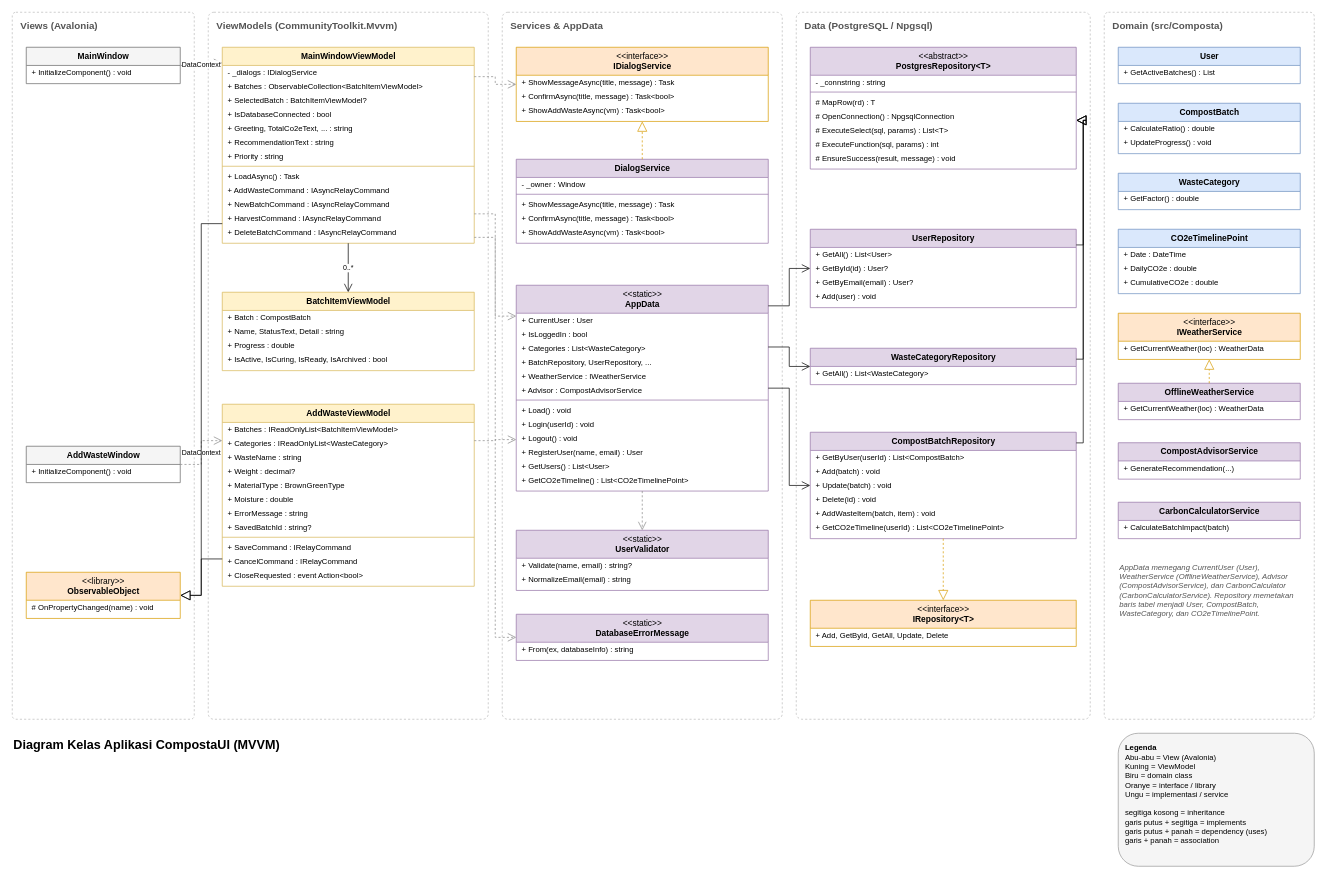
Before: docs/class-diagram-aplikasi.drawio in Nabil-Aufa/composta, a draw.io diagram. Source tidied: cells renumbered, new cells numbered last; positions are measured from the earlier drawing's top-left corner, leaving out a move shared by most shapes. Both pictures are drawn from the tidied source at 70%, with x=0, y=0 at pixel (12, 12).
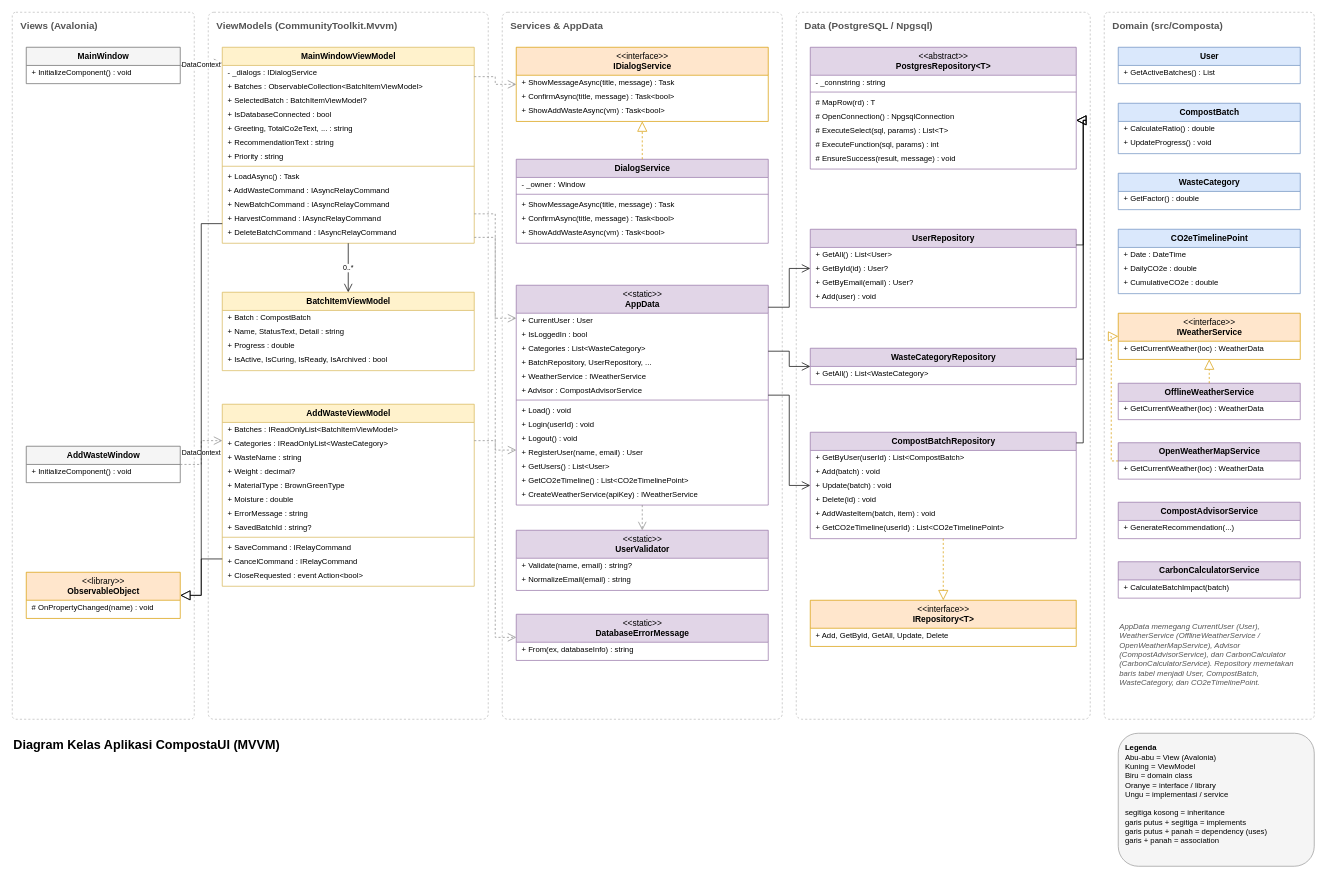
The same page after the edit.

Commit message (it also covers changes not shown here):
memperbarui diagram kelas dengan OpenWeatherMapService dan CreateWeatherService (#6)

The change refers to these unchanged cells:
```xml
<mxCell id="109" value="&amp;lt;&amp;lt;interface&amp;gt;&amp;gt;&lt;br&gt;&lt;b&gt;IWeatherService&lt;/b&gt;" style="swimlane;html=1;fontStyle=0;horizontal=1;startSize=40;fillColor=#ffe6cc;strokeColor=#d79b00;swimlaneFillColor=#ffffff;fontSize=12;" parent="1" vertex="1">
  <mxGeometry x="1580" y="430" width="260" height="66" as="geometry" />
</mxCell>
```

What changed in the source:
```diff
@@
     <mxCell id="55" value="&amp;lt;&amp;lt;static&amp;gt;&amp;gt;&lt;br&gt;&lt;b&gt;AppData&lt;/b&gt;" style="swimlane;html=1;fontStyle=0;horizontal=1;startSize=40;fillColor=#e1d5e7;strokeColor=#9673a6;swimlaneFillColor=#ffffff;fontSize=12;" parent="1" vertex="1">
-      <mxGeometry x="720" y="390" width="360" height="294" as="geometry" />
+      <mxGeometry x="720" y="390" width="360" height="314" as="geometry" />
     </mxCell>
@@
+    <mxCell id="139" value="+ CreateWeatherService(apiKey) : IWeatherService" style="text;strokeColor=none;fillColor=none;align=left;verticalAlign=middle;spacingLeft=6;fontSize=11;" parent="55" vertex="1">
+      <mxGeometry y="288" width="360" height="20" as="geometry" />
+    </mxCell>
@@
+    <mxCell id="140" value="&lt;b&gt;OpenWeatherMapService&lt;/b&gt;" style="swimlane;html=1;fontStyle=0;horizontal=1;startSize=26;fillColor=#e1d5e7;strokeColor=#9673a6;swimlaneFillColor=#ffffff;fontSize=12;" parent="1" vertex="1">
+      <mxGeometry x="1580" y="615" width="260" height="52" as="geometry" />
+    </mxCell>
+    <mxCell id="141" value="+ GetCurrentWeather(loc) : WeatherData" style="text;strokeColor=none;fillColor=none;align=left;verticalAlign=middle;spacingLeft=6;fontSize=11;" parent="140" vertex="1">
+      <mxGeometry y="26" width="260" height="20" as="geometry" />
+    </mxCell>
+    <mxCell id="142" style="endArrow=block;endFill=0;endSize=12;dashed=1;html=1;edgeStyle=orthogonalEdgeStyle;rounded=0;strokeColor=#d79b00;exitX=0;exitY=0.5;entryX=0;entryY=0.5;" parent="1" edge="1" source="140" target="109">
+      <mxGeometry relative="1" as="geometry">
+        <Array as="points">
+          <mxPoint x="1570" y="641" />
+          <mxPoint x="1570" y="463" />
+        </Array>
+      </mxGeometry>
+    </mxCell>
     <mxCell id="113" value="&lt;b&gt;CompostAdvisorService&lt;/b&gt;" style="swimlane;html=1;fontStyle=0;horizontal=1;startSize=26;fillColor=#e1d5e7;strokeColor=#9673a6;swimlaneFillColor=#ffffff;fontSize=12;" parent="1" vertex="1">
-      <mxGeometry x="1580" y="615" width="260" height="52" as="geometry" />
+      <mxGeometry x="1580" y="700" width="260" height="52" as="geometry" />
     </mxCell>
@@
     <mxCell id="115" value="&lt;b&gt;CarbonCalculatorService&lt;/b&gt;" style="swimlane;html=1;fontStyle=0;horizontal=1;startSize=26;fillColor=#e1d5e7;strokeColor=#9673a6;swimlaneFillColor=#ffffff;fontSize=12;" parent="1" vertex="1">
-      <mxGeometry x="1580" y="700" width="260" height="52" as="geometry" />
+      <mxGeometry x="1580" y="785" width="260" height="52" as="geometry" />
     </mxCell>
@@
-    <mxCell id="136" value="&lt;i&gt;AppData memegang CurrentUser (User), WeatherService (OfflineWeatherService), Advisor (CompostAdvisorService), dan CarbonCalculator (CarbonCalculatorService). Repository memetakan baris tabel menjadi User, CompostBatch, WasteCategory, dan CO2eTimelinePoint.&lt;/i&gt;" style="text;html=1;whiteSpace=wrap;fontSize=11;fontColor=#555555;align=left;verticalAlign=top;" parent="1" vertex="1">
-      <mxGeometry x="1580" y="780" width="260" height="110" as="geometry" />
+    <mxCell id="136" value="&lt;i&gt;AppData memegang CurrentUser (User), WeatherService (OfflineWeatherService / OpenWeatherMapService), Advisor (CompostAdvisorService), dan CarbonCalculator (CarbonCalculatorService). Repository memetakan baris tabel menjadi User, CompostBatch, WasteCategory, dan CO2eTimelinePoint.&lt;/i&gt;" style="text;html=1;whiteSpace=wrap;fontSize=11;fontColor=#555555;align=left;verticalAlign=top;" parent="1" vertex="1">
+      <mxGeometry x="1580" y="865" width="260" height="110" as="geometry" />
     </mxCell>
```
